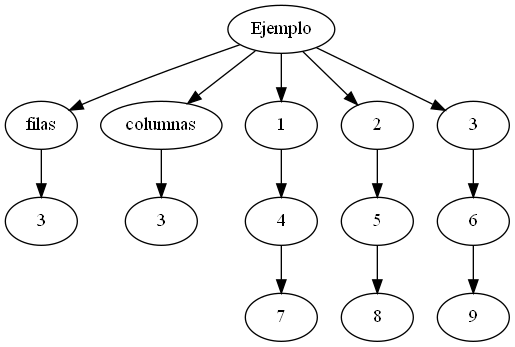
BrayanPradoMarroquin/IPC2_Proyecto1_-201801369 keeps this Graphviz diagram as grafo.png. Above is the earlier version. Its source is kept beside it as grafo.dot.
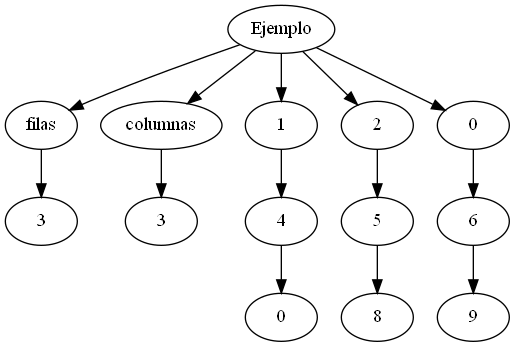
The same diagram one commit later.

Change to the diagram source:
```diff
@@ -7,7 +7,7 @@
 Ejemplo->11
 21[label="4"]
 11->21
-31[label="7"]
+31[label="0"]
 21->31
 12[label="2"]
 Ejemplo->12
@@ -15,7 +15,7 @@
 12->22
 32[label="8"]
 22->32
-13[label="3"]
+13[label="0"]
 Ejemplo->13
 23[label="6"]
 13->23
```
